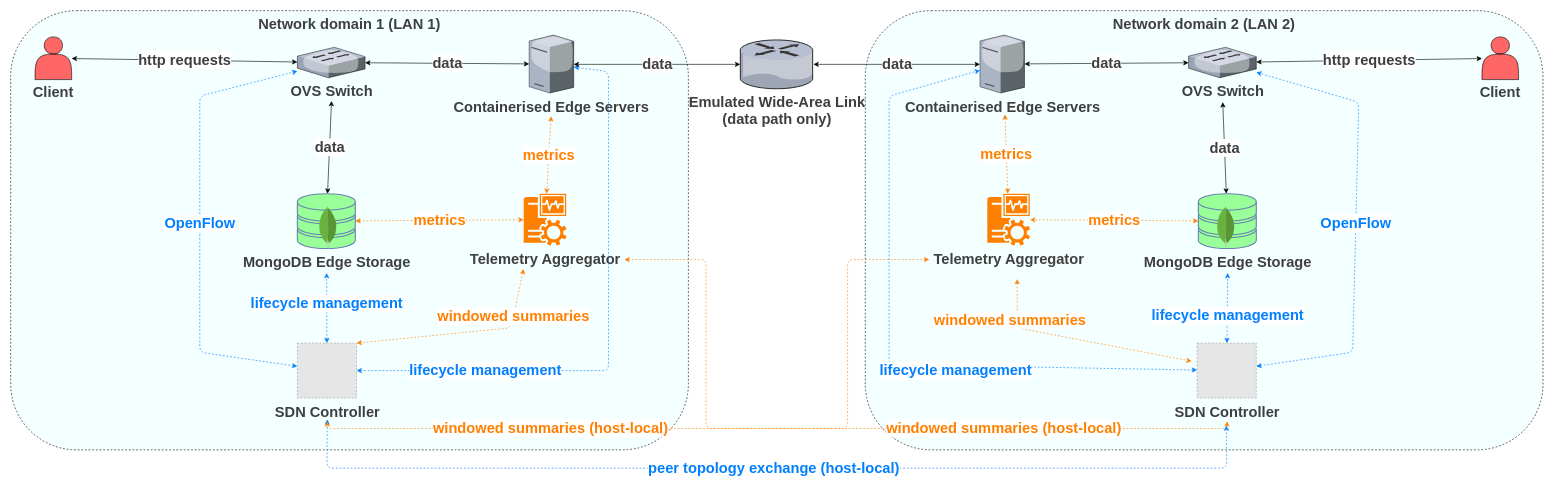
The draw.io diagram tese/images/src/architecture_overview_v2.drawio in poioe20p/efficient-storage-in-edge-scenarios, before the edit. Source tidied: cells renumbered, new cells numbered last; positions are measured from the earlier drawing's top-left corner, leaving out a move shared by most shapes. Both pictures are drawn from the tidied source at 61%, with x=0, y=0 at pixel (10, 10). Pictures stored in the file or linked from it are replaced by grey dashed boxes.
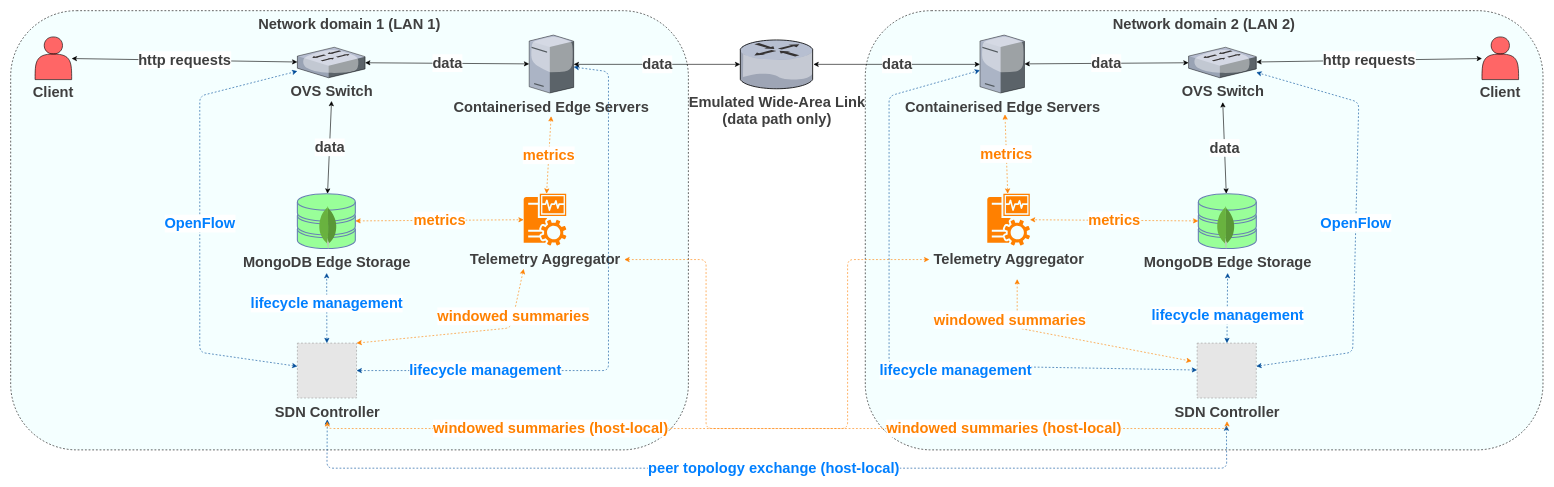
After the change.

The change refers to these unchanged cells:
```xml
<mxCell id="5" style="shape=mxgraph.citrix.switch;sketch=0;html=1;align=center;outlineConnect=0;strokeColor=none;verticalLabelPosition=bottom;verticalAlign=top;fontFamily=Helvetica;fontSize=18;fontStyle=1;fontColor=#3F3F3F;" parent="1" vertex="1">
  <mxGeometry x="470" y="60" width="111" height="50" as="geometry" />
</mxCell>
<mxCell id="7" style="shape=mxgraph.citrix.license_server;sketch=0;html=1;align=center;outlineConnect=0;strokeColor=none;verticalLabelPosition=bottom;verticalAlign=top;fontFamily=Helvetica;fontSize=18;fontStyle=1;fontColor=#3F3F3F;" parent="1" vertex="1">
  <mxGeometry x="850" y="40" width="73" height="95" as="geometry" />
</mxCell>
<mxCell id="14" style="fillColor=#E6E6E6;strokeColor=#999999;dashed=1;html=1;" parent="1" vertex="1">
  <mxGeometry x="470" y="545" width="97" height="90" as="geometry" />
</mxCell>
<mxCell id="28" style="shape=mxgraph.citrix.switch;sketch=0;html=1;align=center;outlineConnect=0;strokeColor=none;verticalLabelPosition=bottom;verticalAlign=top;fontFamily=Helvetica;fontSize=18;fontStyle=1;fontColor=#3F3F3F;" parent="1" vertex="1">
  <mxGeometry x="1931" y="60" width="111" height="50" as="geometry" />
</mxCell>
<mxCell id="30" style="shape=mxgraph.citrix.license_server;sketch=0;html=1;align=center;outlineConnect=0;strokeColor=none;verticalLabelPosition=bottom;verticalAlign=top;fontFamily=Helvetica;fontSize=18;fontStyle=1;fontColor=#3F3F3F;" parent="1" vertex="1">
  <mxGeometry x="1589" y="40" width="73" height="95" as="geometry" />
</mxCell>
<mxCell id="37" style="fillColor=#E6E6E6;strokeColor=#999999;dashed=1;html=1;" parent="1" vertex="1">
  <mxGeometry x="1945" y="545" width="97" height="90" as="geometry" />
</mxCell>
```

Diff of the diagram source:
```diff
@@
-    <mxCell id="22" value="OpenFlow" style="edgeStyle=none;html=1;endArrow=classic;startArrow=classic;strokeColor=#007FFF;dashed=1;fontFamily=Helvetica;fontSize=24;fontStyle=1;fontColor=#007FFF;labelBackgroundColor=#FFFFFF;" parent="1" edge="1" source="14" target="5">
+    <mxCell id="22" value="OpenFlow" style="edgeStyle=none;html=1;endArrow=classic;startArrow=classic;strokeColor=#004C99;dashed=1;fontFamily=Helvetica;fontSize=24;fontStyle=1;fontColor=#007FFF;labelBackgroundColor=#FFFFFF;" parent="1" edge="1" source="14" target="5">
       <mxGeometry relative="1" as="geometry">
         <Array as="points">
           <mxPoint x="310" y="560" />
           <mxPoint x="310" y="140" />
         </Array>
       </mxGeometry>
     </mxCell>
-    <mxCell id="23" value="lifecycle management" style="edgeStyle=none;html=1;endArrow=classic;startArrow=classic;strokeColor=#007FFF;dashed=1;fontFamily=Helvetica;fontSize=24;fontStyle=1;fontColor=#007FFF;labelBackgroundColor=#FFFFFF;" parent="1" edge="1" source="14" target="7">
+    <mxCell id="23" value="lifecycle management" style="edgeStyle=none;html=1;endArrow=classic;startArrow=classic;strokeColor=#004C99;dashed=1;fontFamily=Helvetica;fontSize=24;fontStyle=1;fontColor=#007FFF;labelBackgroundColor=#FFFFFF;" parent="1" edge="1" source="14" target="7">
       <mxGeometry x="-0.56" relative="1" as="geometry">
         <Array as="points">
           <mxPoint x="980" y="590" />
           <mxPoint x="980" y="100" />
         </Array>
       </mxGeometry>
     </mxCell>
-    <mxCell id="24" value="lifecycle management" style="edgeStyle=none;html=1;endArrow=classic;startArrow=classic;strokeColor=#007FFF;dashed=1;fontFamily=Helvetica;fontSize=24;fontStyle=1;fontColor=#007FFF;labelBackgroundColor=#FFFFFF;" parent="1" edge="1" source="14">
+    <mxCell id="24" value="lifecycle management" style="edgeStyle=none;html=1;endArrow=classic;startArrow=classic;strokeColor=#004C99;dashed=1;fontFamily=Helvetica;fontSize=24;fontStyle=1;fontColor=#007FFF;labelBackgroundColor=#FFFFFF;" parent="1" edge="1" source="14">
       <mxGeometry x="0.13" relative="1" as="geometry">
         <mxPoint x="518" y="430" as="targetPoint" />
       </mxGeometry>
     </mxCell>
@@
-    <mxCell id="45" value="OpenFlow" style="edgeStyle=none;html=1;endArrow=classic;startArrow=classic;strokeColor=#007FFF;dashed=1;fontFamily=Helvetica;fontSize=24;fontStyle=1;fontColor=#007FFF;labelBackgroundColor=#FFFFFF;" parent="1" edge="1" source="37" target="28">
+    <mxCell id="45" value="OpenFlow" style="edgeStyle=none;html=1;endArrow=classic;startArrow=classic;strokeColor=#004C99;dashed=1;fontFamily=Helvetica;fontSize=24;fontStyle=1;fontColor=#007FFF;labelBackgroundColor=#FFFFFF;" parent="1" edge="1" source="37" target="28">
       <mxGeometry relative="1" as="geometry">
         <Array as="points">
           <mxPoint x="2200" y="560" />
           <mxPoint x="2210" y="150" />
         </Array>
       </mxGeometry>
     </mxCell>
-    <mxCell id="46" value="lifecycle management" style="edgeStyle=none;html=1;endArrow=classic;startArrow=classic;strokeColor=#007FFF;dashed=1;fontFamily=Helvetica;fontSize=24;fontStyle=1;fontColor=#007FFF;labelBackgroundColor=#FFFFFF;" parent="1" edge="1" source="37" target="30">
+    <mxCell id="46" value="lifecycle management" style="edgeStyle=none;html=1;endArrow=classic;startArrow=classic;strokeColor=#004C99;dashed=1;fontFamily=Helvetica;fontSize=24;fontStyle=1;fontColor=#007FFF;labelBackgroundColor=#FFFFFF;" parent="1" edge="1" source="37" target="30">
       <mxGeometry x="-0.28" y="8" relative="1" as="geometry">
         <Array as="points">
           <mxPoint x="1440" y="580" />
           <mxPoint x="1440" y="140" />
         </Array>
       </mxGeometry>
     </mxCell>
-    <mxCell id="47" value="lifecycle management" style="edgeStyle=none;html=1;endArrow=classic;startArrow=classic;strokeColor=#007FFF;dashed=1;fontFamily=Helvetica;fontSize=24;fontStyle=1;fontColor=#007FFF;labelBackgroundColor=#FFFFFF;" parent="1" edge="1" source="37">
+    <mxCell id="47" value="lifecycle management" style="edgeStyle=none;html=1;endArrow=classic;startArrow=classic;strokeColor=#004C99;dashed=1;fontFamily=Helvetica;fontSize=24;fontStyle=1;fontColor=#007FFF;labelBackgroundColor=#FFFFFF;" parent="1" edge="1" source="37">
       <mxGeometry x="-0.22" y="-1" relative="1" as="geometry">
         <mxPoint x="1995" y="430" as="targetPoint" />
       </mxGeometry>
     </mxCell>
@@
-    <mxCell id="52" value="peer topology exchange (host-local)" style="edgeStyle=none;html=1;endArrow=classic;startArrow=classic;strokeColor=#007FFF;dashed=1;fontFamily=Helvetica;fontSize=24;fontStyle=1;fontColor=#007FFF;labelBackgroundColor=#FFFFFF;" parent="1" edge="1">
+    <mxCell id="52" value="peer topology exchange (host-local)" style="edgeStyle=none;html=1;endArrow=classic;startArrow=classic;strokeColor=#004C99;dashed=1;fontFamily=Helvetica;fontSize=24;fontStyle=1;fontColor=#007FFF;labelBackgroundColor=#FFFFFF;" parent="1" edge="1">
       <mxGeometry relative="1" as="geometry">
         <mxPoint x="519" y="670" as="sourcePoint" />
         <mxPoint x="1993" y="680" as="targetPoint" />
         <Array as="points">
           <mxPoint x="518.5" y="750" />
           <mxPoint x="1993.5" y="750" />
         </Array>
       </mxGeometry>
     </mxCell>
```
